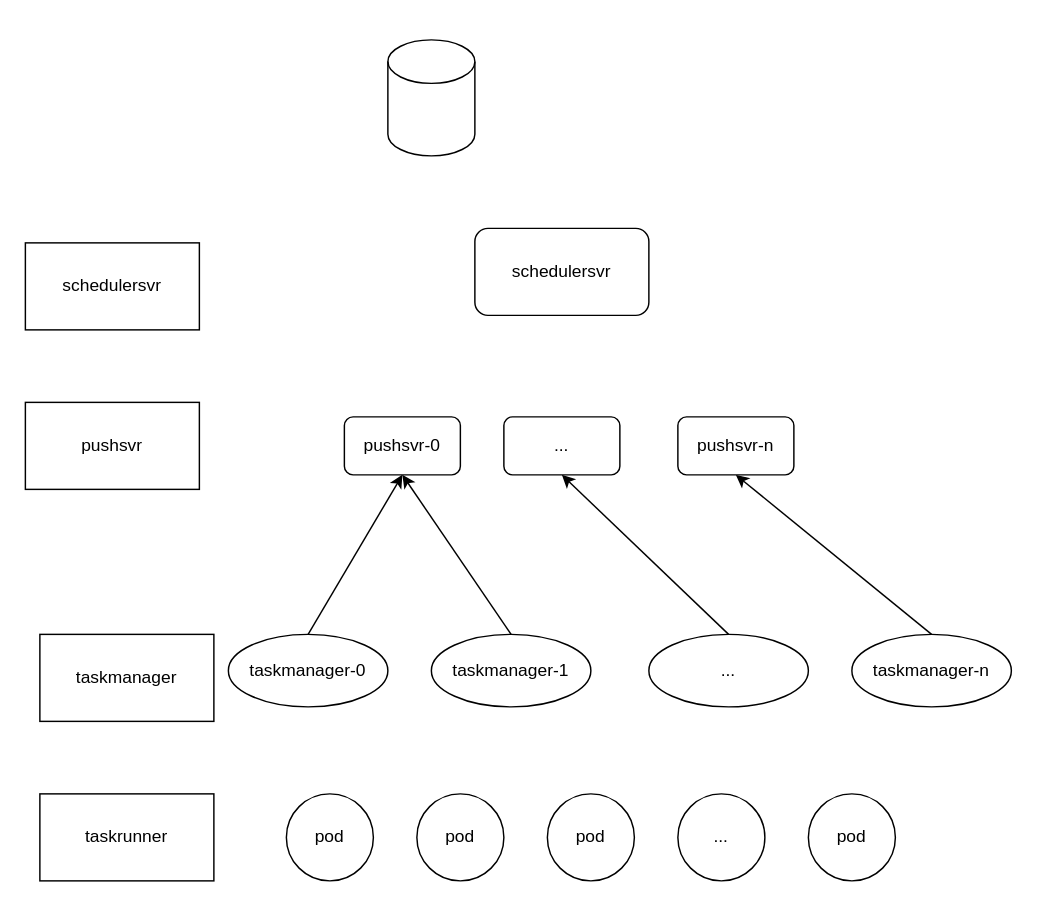
Earlier version of the draw.io diagram 云测调度流程.drawio (zhufuyin/draw). Source tidied: cells renumbered, new cells numbered last; positions are measured from the earlier drawing's top-left corner, leaving out a move shared by most shapes. Both pictures are drawn from the tidied source at 145%, with x=0, y=0 at pixel (25, 39).
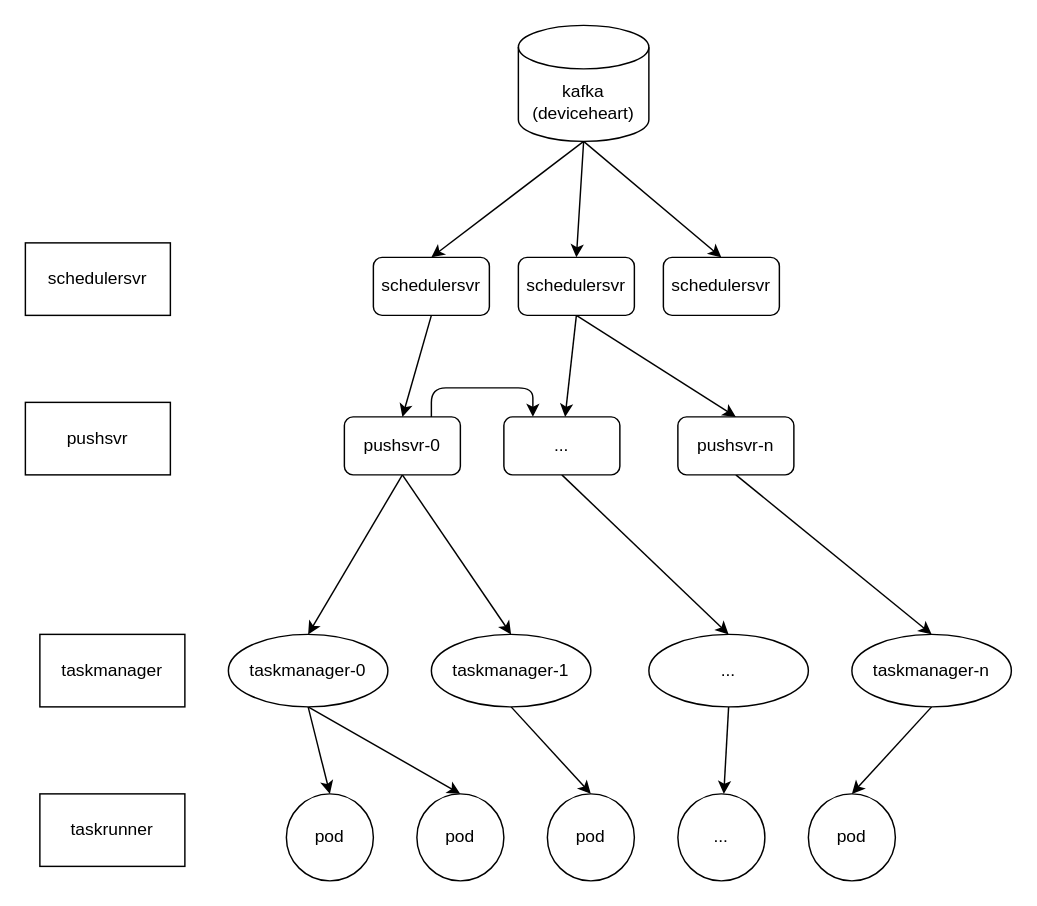
The same diagram, later.

Commit message (it also covers changes not shown here):
更新云测调度流程.drawio

The change refers to these unchanged cells:
```xml
<mxCell id="3" value="taskmanager-0" style="ellipse;whiteSpace=wrap;html=1;" parent="1" vertex="1">
  <mxGeometry x="140" y="410" width="110" height="50" as="geometry" />
</mxCell>
<mxCell id="5" value="taskmanager-1" style="ellipse;whiteSpace=wrap;html=1;" parent="1" vertex="1">
  <mxGeometry x="280" y="410" width="110" height="50" as="geometry" />
</mxCell>
<mxCell id="7" value="..." style="ellipse;whiteSpace=wrap;html=1;" parent="1" vertex="1">
  <mxGeometry x="430" y="410" width="110" height="50" as="geometry" />
</mxCell>
<mxCell id="9" value="taskmanager-n" style="ellipse;whiteSpace=wrap;html=1;" parent="1" vertex="1">
  <mxGeometry x="570" y="410" width="110" height="50" as="geometry" />
</mxCell>
<mxCell id="10" value="pushsvr-0" style="rounded=1;whiteSpace=wrap;html=1;" parent="1" vertex="1">
  <mxGeometry x="220" y="260" width="80" height="40" as="geometry" />
</mxCell>
<mxCell id="11" value="..." style="rounded=1;whiteSpace=wrap;html=1;" parent="1" vertex="1">
  <mxGeometry x="330" y="260" width="80" height="40" as="geometry" />
</mxCell>
<mxCell id="12" value="pushsvr-n" style="rounded=1;whiteSpace=wrap;html=1;" parent="1" vertex="1">
  <mxGeometry x="450" y="260" width="80" height="40" as="geometry" />
</mxCell>
<mxCell id="15" value="pod" style="ellipse;whiteSpace=wrap;html=1;" parent="1" vertex="1">
  <mxGeometry x="180" y="520" width="60" height="60" as="geometry" />
</mxCell>
<mxCell id="16" value="pod" style="ellipse;whiteSpace=wrap;html=1;" parent="1" vertex="1">
  <mxGeometry x="270" y="520" width="60" height="60" as="geometry" />
</mxCell>
<mxCell id="17" value="pod" style="ellipse;whiteSpace=wrap;html=1;" parent="1" vertex="1">
  <mxGeometry x="360" y="520" width="60" height="60" as="geometry" />
</mxCell>
<mxCell id="18" value="..." style="ellipse;whiteSpace=wrap;html=1;" parent="1" vertex="1">
  <mxGeometry x="450" y="520" width="60" height="60" as="geometry" />
</mxCell>
<mxCell id="19" value="pod" style="ellipse;whiteSpace=wrap;html=1;" parent="1" vertex="1">
  <mxGeometry x="540" y="520" width="60" height="60" as="geometry" />
</mxCell>
```

Change to the diagram source:
```diff
@@
-    <mxCell id="2" style="rounded=0;jettySize=auto;html=1;exitX=0.5;exitY=0;exitDx=0;exitDy=0;entryX=0.5;entryY=1;entryDx=0;entryDy=0;" parent="1" edge="1" source="3" target="10">
-      <mxGeometry relative="1" as="geometry" />
-    </mxCell>
+    <mxCell id="24" style="edgeStyle=none;rounded=0;jettySize=auto;html=1;exitX=0.5;exitY=1;exitDx=0;exitDy=0;entryX=0.5;entryY=0;entryDx=0;entryDy=0;" parent="1" edge="1" source="3" target="15">
+      <mxGeometry relative="1" as="geometry" />
+    </mxCell>
+    <mxCell id="25" style="edgeStyle=none;rounded=0;jettySize=auto;html=1;exitX=0.5;exitY=1;exitDx=0;exitDy=0;entryX=0.5;entryY=0;entryDx=0;entryDy=0;" parent="1" edge="1" source="3" target="16">
+      <mxGeometry relative="1" as="geometry" />
+    </mxCell>
@@
-    <mxCell id="4" style="edgeStyle=none;rounded=0;jettySize=auto;html=1;exitX=0.5;exitY=0;exitDx=0;exitDy=0;entryX=0.5;entryY=1;entryDx=0;entryDy=0;" parent="1" edge="1" source="5" target="10">
-      <mxGeometry relative="1" as="geometry" />
-    </mxCell>
+    <mxCell id="26" style="edgeStyle=none;rounded=0;jettySize=auto;html=1;exitX=0.5;exitY=1;exitDx=0;exitDy=0;entryX=0.5;entryY=0;entryDx=0;entryDy=0;" parent="1" edge="1" source="5" target="17">
+      <mxGeometry relative="1" as="geometry" />
+    </mxCell>
@@
-    <mxCell id="6" style="edgeStyle=none;rounded=0;jettySize=auto;html=1;exitX=0.5;exitY=0;exitDx=0;exitDy=0;entryX=0.5;entryY=1;entryDx=0;entryDy=0;" parent="1" edge="1" source="7" target="11">
-      <mxGeometry relative="1" as="geometry" />
-    </mxCell>
+    <mxCell id="27" style="edgeStyle=none;rounded=0;jettySize=auto;html=1;exitX=0.5;exitY=1;exitDx=0;exitDy=0;" parent="1" edge="1" source="7" target="18">
+      <mxGeometry relative="1" as="geometry" />
+    </mxCell>
@@
-    <mxCell id="8" style="edgeStyle=none;rounded=0;jettySize=auto;html=1;exitX=0.5;exitY=0;exitDx=0;exitDy=0;entryX=0.5;entryY=1;entryDx=0;entryDy=0;" parent="1" edge="1" source="9" target="12">
-      <mxGeometry relative="1" as="geometry" />
-    </mxCell>
+    <mxCell id="28" style="edgeStyle=none;rounded=0;jettySize=auto;html=1;exitX=0.5;exitY=1;exitDx=0;exitDy=0;entryX=0.5;entryY=0;entryDx=0;entryDy=0;" parent="1" edge="1" source="9" target="19">
+      <mxGeometry relative="1" as="geometry" />
+    </mxCell>
@@
+    <mxCell id="29" style="edgeStyle=none;rounded=0;jettySize=auto;html=1;exitX=0.5;exitY=1;exitDx=0;exitDy=0;entryX=0.5;entryY=0;entryDx=0;entryDy=0;" parent="1" edge="1" source="10" target="3">
+      <mxGeometry relative="1" as="geometry" />
+    </mxCell>
+    <mxCell id="30" style="edgeStyle=none;rounded=0;jettySize=auto;html=1;exitX=0.5;exitY=1;exitDx=0;exitDy=0;entryX=0.5;entryY=0;entryDx=0;entryDy=0;" parent="1" edge="1" source="10" target="5">
+      <mxGeometry relative="1" as="geometry" />
+    </mxCell>
+    <mxCell id="31" style="edgeStyle=orthogonalEdgeStyle;rounded=1;jettySize=auto;html=1;exitX=0.75;exitY=0;exitDx=0;exitDy=0;entryX=0.25;entryY=0;entryDx=0;entryDy=0;" parent="1" edge="1" source="10" target="11">
+      <mxGeometry relative="1" as="geometry" />
+    </mxCell>
@@
+    <mxCell id="32" style="edgeStyle=none;rounded=0;jettySize=auto;html=1;exitX=0.5;exitY=1;exitDx=0;exitDy=0;entryX=0.5;entryY=0;entryDx=0;entryDy=0;" parent="1" edge="1" source="11" target="7">
+      <mxGeometry relative="1" as="geometry" />
+    </mxCell>
@@
+    <mxCell id="33" style="edgeStyle=none;rounded=0;jettySize=auto;html=1;exitX=0.5;exitY=1;exitDx=0;exitDy=0;entryX=0.5;entryY=0;entryDx=0;entryDy=0;" parent="1" edge="1" source="12" target="9">
+      <mxGeometry relative="1" as="geometry" />
+    </mxCell>
@@
+    <mxCell id="34" style="edgeStyle=none;rounded=0;jettySize=auto;html=1;exitX=0.5;exitY=1;exitDx=0;exitDy=0;entryX=0.5;entryY=0;entryDx=0;entryDy=0;" parent="1" edge="1" source="13" target="10">
+      <mxGeometry relative="1" as="geometry" />
+    </mxCell>
     <mxCell id="13" value="schedulersvr" style="rounded=1;whiteSpace=wrap;html=1;" parent="1" vertex="1">
-      <mxGeometry x="310" y="130" width="120" height="60" as="geometry" />
+      <mxGeometry x="240" y="150" width="80" height="40" as="geometry" />
     </mxCell>
+    <mxCell id="35" style="edgeStyle=none;rounded=0;jettySize=auto;html=1;exitX=0.5;exitY=1;exitDx=0;exitDy=0;exitPerimeter=0;entryX=0.5;entryY=0;entryDx=0;entryDy=0;" parent="1" edge="1" source="14" target="13">
+      <mxGeometry relative="1" as="geometry" />
+    </mxCell>
+    <mxCell id="36" style="edgeStyle=none;rounded=0;jettySize=auto;html=1;exitX=0.5;exitY=1;exitDx=0;exitDy=0;exitPerimeter=0;entryX=0.5;entryY=0;entryDx=0;entryDy=0;" parent="1" edge="1" source="14" target="40">
+      <mxGeometry relative="1" as="geometry" />
+    </mxCell>
+    <mxCell id="37" style="edgeStyle=none;rounded=0;jettySize=auto;html=1;exitX=0.5;exitY=1;exitDx=0;exitDy=0;exitPerimeter=0;entryX=0.5;entryY=0;entryDx=0;entryDy=0;" parent="1" edge="1" source="14" target="41">
+      <mxGeometry relative="1" as="geometry" />
+    </mxCell>
-    <mxCell id="14" style="shape=cylinder3;whiteSpace=wrap;html=1;boundedLbl=1;backgroundOutline=1;size=15;" parent="1" vertex="1">
-      <mxGeometry x="250" width="60" height="80" as="geometry" />
+    <mxCell id="14" value="&lt;div&gt;kafka&lt;/div&gt;&lt;div&gt;(deviceheart)&lt;br&gt;&lt;/div&gt;" style="shape=cylinder3;whiteSpace=wrap;html=1;boundedLbl=1;backgroundOutline=1;size=15;" parent="1" vertex="1">
+      <mxGeometry x="340" y="-10" width="90" height="80" as="geometry" />
     </mxCell>
@@
     <mxCell id="20" value="taskrunner" style="rounded=0;whiteSpace=wrap;html=1;" parent="1" vertex="1">
-      <mxGeometry x="10" y="520" width="120" height="60" as="geometry" />
+      <mxGeometry x="10" y="520" width="100" height="50" as="geometry" />
     </mxCell>
     <mxCell id="21" value="taskmanager" style="rounded=0;whiteSpace=wrap;html=1;" parent="1" vertex="1">
-      <mxGeometry x="10" y="410" width="120" height="60" as="geometry" />
+      <mxGeometry x="10" y="410" width="100" height="50" as="geometry" />
     </mxCell>
     <mxCell id="22" value="pushsvr" style="rounded=0;whiteSpace=wrap;html=1;" parent="1" vertex="1">
-      <mxGeometry y="250" width="120" height="60" as="geometry" />
+      <mxGeometry y="250" width="100" height="50" as="geometry" />
     </mxCell>
     <mxCell id="23" value="schedulersvr" style="rounded=0;whiteSpace=wrap;html=1;" parent="1" vertex="1">
-      <mxGeometry y="140" width="120" height="60" as="geometry" />
+      <mxGeometry y="140" width="100" height="50" as="geometry" />
     </mxCell>
+    <mxCell id="38" style="edgeStyle=none;rounded=0;jettySize=auto;html=1;exitX=0.5;exitY=1;exitDx=0;exitDy=0;" parent="1" edge="1" source="40" target="11">
+      <mxGeometry relative="1" as="geometry" />
+    </mxCell>
+    <mxCell id="39" style="edgeStyle=none;rounded=0;jettySize=auto;html=1;exitX=0.5;exitY=1;exitDx=0;exitDy=0;entryX=0.5;entryY=0;entryDx=0;entryDy=0;" parent="1" edge="1" source="40" target="12">
+      <mxGeometry relative="1" as="geometry" />
+    </mxCell>
+    <mxCell id="40" value="schedulersvr" style="rounded=1;whiteSpace=wrap;html=1;" parent="1" vertex="1">
+      <mxGeometry x="340" y="150" width="80" height="40" as="geometry" />
+    </mxCell>
+    <mxCell id="41" value="schedulersvr" style="rounded=1;whiteSpace=wrap;html=1;" parent="1" vertex="1">
+      <mxGeometry x="440" y="150" width="80" height="40" as="geometry" />
+    </mxCell>
```
